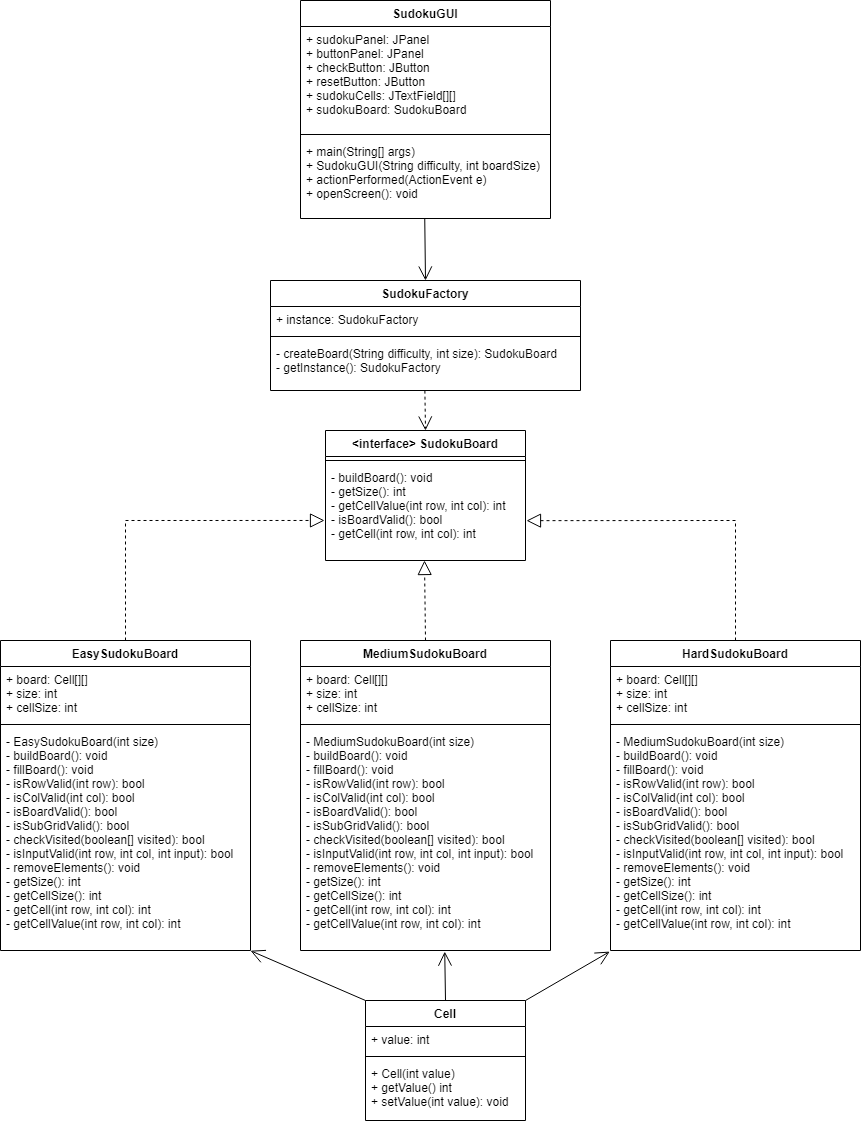
The draw.io diagram data/Singleton-UML.png in BrendanD7/Sudoku-DesignPatterns, before a commit. Source tidied: cells renumbered, new cells last; positions are measured from the earlier drawing's top-left corner, leaving out a move shared by most shapes.
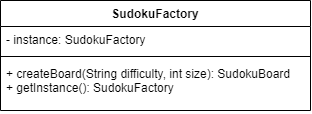
Above is the later version.

What changed in the source:
```diff
@@ -2,120 +2,17 @@
   <root>
     <mxCell id="0" />
     <mxCell id="1" parent="0" />
-    <mxCell id="2" value="EasySudokuBoard" style="swimlane;fontStyle=1;align=center;verticalAlign=top;horizontal=1;startSize=26;" parent="1" vertex="1">
-      <mxGeometry y="640" width="250" height="310" as="geometry" />
-    </mxCell>
-    <mxCell id="3" value="+ board: Cell[][]&#10;+ size: int&#10;+ cellSize: int" style="text;strokeColor=none;fillColor=none;align=left;verticalAlign=top;spacingLeft=4;spacingRight=4;overflow=hidden;" parent="2" vertex="1">
-      <mxGeometry y="26" width="250" height="54" as="geometry" />
-    </mxCell>
-    <mxCell id="4" style="line;strokeWidth=1;fillColor=none;align=left;verticalAlign=middle;spacingTop=-1;spacingLeft=3;spacingRight=3;labelPosition=right;strokeColor=inherit;" parent="2" vertex="1">
-      <mxGeometry y="80" width="250" height="8" as="geometry" />
-    </mxCell>
-    <mxCell id="5" value="- EasySudokuBoard(int size)&#10;- buildBoard(): void&#10;- fillBoard(): void&#10;- isRowValid(int row): bool&#10;- isColValid(int col): bool&#10;- isBoardValid(): bool&#10;- isSubGridValid(): bool&#10;- checkVisited(boolean[] visited): bool&#10;- isInputValid(int row, int col, int input): bool&#10;- removeElements(): void&#10;- getSize(): int&#10;- getCellSize(): int&#10;- getCell(int row, int col): int&#10;- getCellValue(int row, int col): int&#10;" style="text;strokeColor=none;fillColor=none;align=left;verticalAlign=top;spacingLeft=4;spacingRight=4;overflow=hidden;points=[[0,0.5],[1,0.5]];portConstraint=eastwest;" parent="2" vertex="1">
-      <mxGeometry y="88" width="250" height="222" as="geometry" />
-    </mxCell>
-    <mxCell id="6" value="MediumSudokuBoard" style="swimlane;fontStyle=1;align=center;verticalAlign=top;horizontal=1;startSize=26;" parent="1" vertex="1">
-      <mxGeometry x="300" y="640" width="250" height="310" as="geometry" />
-    </mxCell>
-    <mxCell id="7" value="+ board: Cell[][]&#10;+ size: int&#10;+ cellSize: int" style="text;strokeColor=none;fillColor=none;align=left;verticalAlign=top;spacingLeft=4;spacingRight=4;overflow=hidden;" parent="6" vertex="1">
-      <mxGeometry y="26" width="250" height="54" as="geometry" />
-    </mxCell>
-    <mxCell id="8" style="line;strokeWidth=1;fillColor=none;align=left;verticalAlign=middle;spacingTop=-1;spacingLeft=3;spacingRight=3;labelPosition=right;strokeColor=inherit;" parent="6" vertex="1">
-      <mxGeometry y="80" width="250" height="8" as="geometry" />
-    </mxCell>
-    <mxCell id="9" value="- MediumSudokuBoard(int size)&#10;- buildBoard(): void&#10;- fillBoard(): void&#10;- isRowValid(int row): bool&#10;- isColValid(int col): bool&#10;- isBoardValid(): bool&#10;- isSubGridValid(): bool&#10;- checkVisited(boolean[] visited): bool&#10;- isInputValid(int row, int col, int input): bool&#10;- removeElements(): void&#10;- getSize(): int&#10;- getCellSize(): int&#10;- getCell(int row, int col): int&#10;- getCellValue(int row, int col): int&#10;" style="text;strokeColor=none;fillColor=none;align=left;verticalAlign=top;spacingLeft=4;spacingRight=4;overflow=hidden;points=[[0,0.5],[1,0.5]];portConstraint=eastwest;" parent="6" vertex="1">
-      <mxGeometry y="88" width="250" height="222" as="geometry" />
-    </mxCell>
-    <mxCell id="10" value="HardSudokuBoard" style="swimlane;fontStyle=1;align=center;verticalAlign=top;horizontal=1;startSize=26;" parent="1" vertex="1">
-      <mxGeometry x="610" y="640" width="250" height="310" as="geometry" />
-    </mxCell>
-    <mxCell id="11" value="+ board: Cell[][]&#10;+ size: int&#10;+ cellSize: int" style="text;strokeColor=none;fillColor=none;align=left;verticalAlign=top;spacingLeft=4;spacingRight=4;overflow=hidden;" parent="10" vertex="1">
-      <mxGeometry y="26" width="250" height="54" as="geometry" />
-    </mxCell>
-    <mxCell id="12" style="line;strokeWidth=1;fillColor=none;align=left;verticalAlign=middle;spacingTop=-1;spacingLeft=3;spacingRight=3;labelPosition=right;strokeColor=inherit;" parent="10" vertex="1">
-      <mxGeometry y="80" width="250" height="8" as="geometry" />
-    </mxCell>
-    <mxCell id="13" value="- MediumSudokuBoard(int size)&#10;- buildBoard(): void&#10;- fillBoard(): void&#10;- isRowValid(int row): bool&#10;- isColValid(int col): bool&#10;- isBoardValid(): bool&#10;- isSubGridValid(): bool&#10;- checkVisited(boolean[] visited): bool&#10;- isInputValid(int row, int col, int input): bool&#10;- removeElements(): void&#10;- getSize(): int&#10;- getCellSize(): int&#10;- getCell(int row, int col): int&#10;- getCellValue(int row, int col): int&#10;" style="text;strokeColor=none;fillColor=none;align=left;verticalAlign=top;spacingLeft=4;spacingRight=4;overflow=hidden;points=[[0,0.5],[1,0.5]];portConstraint=eastwest;" parent="10" vertex="1">
-      <mxGeometry y="88" width="250" height="222" as="geometry" />
-    </mxCell>
-    <mxCell id="14" value="&lt;interface&gt; SudokuBoard" style="swimlane;fontStyle=1;align=center;verticalAlign=top;horizontal=1;startSize=26;" parent="1" vertex="1">
-      <mxGeometry x="325" y="430" width="200" height="130" as="geometry" />
-    </mxCell>
-    <mxCell id="15" style="line;strokeWidth=1;fillColor=none;align=left;verticalAlign=middle;spacingTop=-1;spacingLeft=3;spacingRight=3;labelPosition=right;strokeColor=inherit;" parent="14" vertex="1">
-      <mxGeometry y="26" width="200" height="8" as="geometry" />
-    </mxCell>
-    <mxCell id="16" value="- buildBoard(): void&#10;- getSize(): int&#10;- getCellValue(int row, int col): int&#10;- isBoardValid(): bool&#10;- getCell(int row, int col): int" style="text;strokeColor=none;fillColor=none;align=left;verticalAlign=top;spacingLeft=4;spacingRight=4;overflow=hidden;points=[[0,0.5],[1,0.5]];portConstraint=eastwest;" parent="14" vertex="1">
-      <mxGeometry y="34" width="200" height="96" as="geometry" />
-    </mxCell>
-    <mxCell id="17" value="Cell" style="swimlane;fontStyle=1;align=center;verticalAlign=top;horizontal=1;startSize=26;" parent="1" vertex="1">
-      <mxGeometry x="365" y="1000" width="160" height="120" as="geometry" />
-    </mxCell>
-    <mxCell id="18" value="+ value: int" style="text;strokeColor=none;fillColor=none;align=left;verticalAlign=top;spacingLeft=4;spacingRight=4;overflow=hidden;" parent="17" vertex="1">
-      <mxGeometry y="26" width="160" height="26" as="geometry" />
-    </mxCell>
-    <mxCell id="19" style="line;strokeWidth=1;fillColor=none;align=left;verticalAlign=middle;spacingTop=-1;spacingLeft=3;spacingRight=3;labelPosition=right;strokeColor=inherit;" parent="17" vertex="1">
-      <mxGeometry y="52" width="160" height="8" as="geometry" />
-    </mxCell>
-    <mxCell id="20" value="+ Cell(int value)&#10;+ getValue() int&#10;+ setValue(int value): void" style="text;strokeColor=none;fillColor=none;align=left;verticalAlign=top;spacingLeft=4;spacingRight=4;overflow=hidden;" parent="17" vertex="1">
-      <mxGeometry y="60" width="160" height="60" as="geometry" />
-    </mxCell>
-    <mxCell id="21" value="SudokuGUI" style="swimlane;fontStyle=1;align=center;verticalAlign=top;horizontal=1;startSize=26;" parent="1" vertex="1">
-      <mxGeometry x="300" width="250" height="218" as="geometry" />
-    </mxCell>
-    <mxCell id="22" value="+ sudokuPanel: JPanel&#10;+ buttonPanel: JPanel&#10;+ checkButton: JButton&#10;+ resetButton: JButton&#10;+ sudokuCells: JTextField[][]&#10;+ sudokuBoard: SudokuBoard" style="text;strokeColor=none;fillColor=none;align=left;verticalAlign=top;spacingLeft=4;spacingRight=4;overflow=hidden;" parent="21" vertex="1">
-      <mxGeometry y="26" width="250" height="104" as="geometry" />
-    </mxCell>
-    <mxCell id="23" style="line;strokeWidth=1;fillColor=none;align=left;verticalAlign=middle;spacingTop=-1;spacingLeft=3;spacingRight=3;labelPosition=right;strokeColor=inherit;" parent="21" vertex="1">
-      <mxGeometry y="130" width="250" height="8" as="geometry" />
-    </mxCell>
-    <mxCell id="24" value="+ main(String[] args)&#10;+ SudokuGUI(String difficulty, int boardSize)&#10;+ actionPerformed(ActionEvent e)&#10;+ openScreen(): void" style="text;strokeColor=none;fillColor=none;align=left;verticalAlign=top;spacingLeft=4;spacingRight=4;overflow=hidden;points=[[0,0.5],[1,0.5]];portConstraint=eastwest;" parent="21" vertex="1">
-      <mxGeometry y="138" width="250" height="80" as="geometry" />
-    </mxCell>
-    <mxCell id="25" style="endArrow=block;dashed=1;endFill=0;endSize=12;html=1;rounded=0;entryX=0.495;entryY=1;entryDx=0;entryDy=0;entryPerimeter=0;exitX=0.5;exitY=0;exitDx=0;exitDy=0;" parent="1" edge="1" source="6" target="16">
-      <mxGeometry relative="1" as="geometry" />
-    </mxCell>
-    <mxCell id="26" style="endArrow=block;dashed=1;endFill=0;endSize=12;html=1;rounded=0;exitX=0.5;exitY=0;exitDx=0;exitDy=0;entryX=1.005;entryY=0.585;entryDx=0;entryDy=0;entryPerimeter=0;" parent="1" edge="1" source="10" target="16">
-      <mxGeometry relative="1" as="geometry">
-        <Array as="points">
-          <mxPoint x="735" y="520" />
-        </Array>
-      </mxGeometry>
-    </mxCell>
-    <mxCell id="27" style="endArrow=block;dashed=1;endFill=0;endSize=12;html=1;rounded=0;entryX=-0.005;entryY=0.583;entryDx=0;entryDy=0;exitX=0.5;exitY=0;exitDx=0;exitDy=0;entryPerimeter=0;" parent="1" edge="1" source="2" target="16">
-      <mxGeometry relative="1" as="geometry">
-        <Array as="points">
-          <mxPoint x="125" y="520" />
-        </Array>
-      </mxGeometry>
-    </mxCell>
-    <mxCell id="28" style="endArrow=open;endSize=12;dashed=1;html=1;rounded=0;exitX=0.498;exitY=1.003;exitDx=0;exitDy=0;exitPerimeter=0;entryX=0.5;entryY=0;entryDx=0;entryDy=0;" parent="1" edge="1" source="36" target="14">
-      <mxGeometry relative="1" as="geometry" />
-    </mxCell>
-    <mxCell id="29" style="endArrow=open;endFill=1;endSize=12;html=1;rounded=0;exitX=0.497;exitY=1.003;exitDx=0;exitDy=0;exitPerimeter=0;entryX=0.5;entryY=0;entryDx=0;entryDy=0;" parent="1" edge="1" source="24">
-      <mxGeometry relative="1" as="geometry">
-        <mxPoint x="425" y="280" as="targetPoint" />
-      </mxGeometry>
-    </mxCell>
-    <mxCell id="30" style="endArrow=open;endFill=1;endSize=12;html=1;rounded=0;exitX=0;exitY=0;exitDx=0;exitDy=0;entryX=1;entryY=1.001;entryDx=0;entryDy=0;entryPerimeter=0;" parent="1" edge="1" source="17" target="5">
-      <mxGeometry relative="1" as="geometry" />
-    </mxCell>
-    <mxCell id="31" style="endArrow=open;endFill=1;endSize=12;html=1;rounded=0;exitX=0.5;exitY=0;exitDx=0;exitDy=0;entryX=0.577;entryY=1.005;entryDx=0;entryDy=0;entryPerimeter=0;" parent="1" edge="1" source="17" target="9">
-      <mxGeometry relative="1" as="geometry" />
-    </mxCell>
-    <mxCell id="32" style="endArrow=open;endFill=1;endSize=12;html=1;rounded=0;exitX=1;exitY=0;exitDx=0;exitDy=0;entryX=-0.003;entryY=1.005;entryDx=0;entryDy=0;entryPerimeter=0;" parent="1" edge="1" source="17" target="13">
-      <mxGeometry relative="1" as="geometry" />
-    </mxCell>
     <mxCell id="33" value="SudokuFactory" style="swimlane;fontStyle=1;align=center;verticalAlign=top;horizontal=1;startSize=26;" parent="1" vertex="1">
       <mxGeometry x="270" y="280" width="310" height="110" as="geometry" />
     </mxCell>
-    <mxCell id="34" value="+ instance: SudokuFactory" style="text;strokeColor=none;fillColor=none;align=left;verticalAlign=top;spacingLeft=4;spacingRight=4;overflow=hidden;" parent="33" vertex="1">
-      <mxGeometry y="26" width="310" height="26" as="geometry" />
-    </mxCell>
+    <mxCell id="37" value="- instance: SudokuFactory" style="text;strokeColor=none;fillColor=none;align=left;verticalAlign=top;spacingLeft=4;spacingRight=4;overflow=hidden;" parent="33" vertex="1">
+      <mxGeometry y="26" width="310" height="26" as="geometry" />
+    </mxCell>
     <mxCell id="35" style="line;strokeWidth=1;fillColor=none;align=left;verticalAlign=middle;spacingTop=-1;spacingLeft=3;spacingRight=3;labelPosition=right;strokeColor=inherit;" parent="33" vertex="1">
       <mxGeometry y="52" width="310" height="8" as="geometry" />
     </mxCell>
-    <mxCell id="36" value="- createBoard(String difficulty, int size): SudokuBoard&#10;- getInstance(): SudokuFactory&#10;" style="text;strokeColor=none;fillColor=none;align=left;verticalAlign=top;spacingLeft=4;spacingRight=4;overflow=hidden;points=[[0,0.5],[1,0.5]];portConstraint=eastwest;" parent="33" vertex="1">
-      <mxGeometry y="60" width="310" height="50" as="geometry" />
-    </mxCell>
+    <mxCell id="38" value="+ createBoard(String difficulty, int size): SudokuBoard&#10;+ getInstance(): SudokuFactory&#10;" style="text;strokeColor=none;fillColor=none;align=left;verticalAlign=top;spacingLeft=4;spacingRight=4;overflow=hidden;" parent="33" vertex="1">
+      <mxGeometry y="60" width="310" height="50" as="geometry" />
+    </mxCell>
   </root>
 </mxGraphModel>
```
